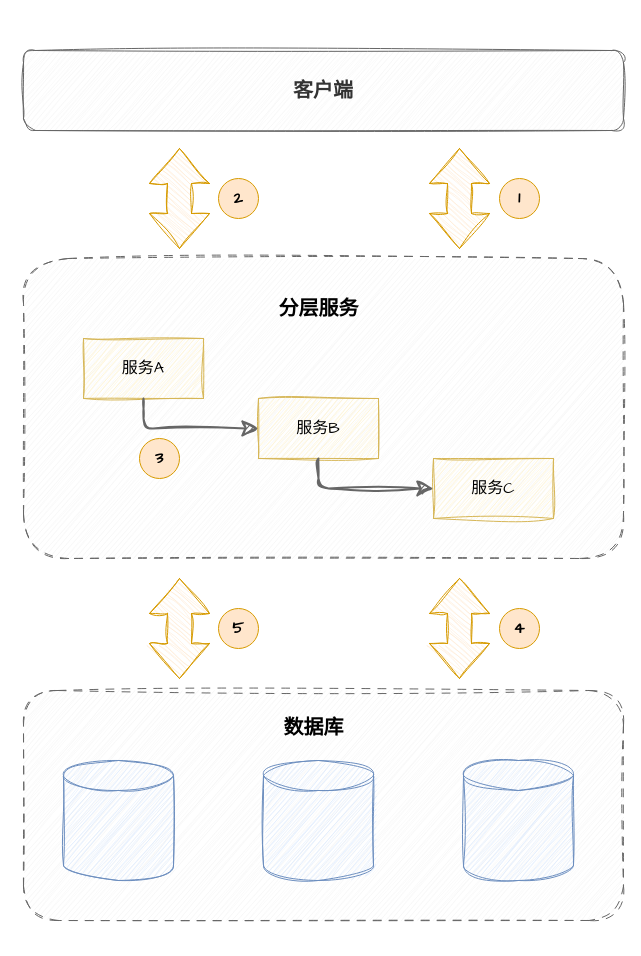
Earlier version of the draw.io diagram page "网络应用数据流转" (1 of 7) of assets/分布式/分布式存储/分布式缓存/缓存架构.drawio (dunwu/waterdrop). Source tidied: cells renumbered, new cells numbered last; positions are measured from the earlier drawing's top-left corner, leaving out a move shared by most shapes. Both pictures are drawn from the tidied source at 100%, with x=0, y=0 at pixel (23, 50).
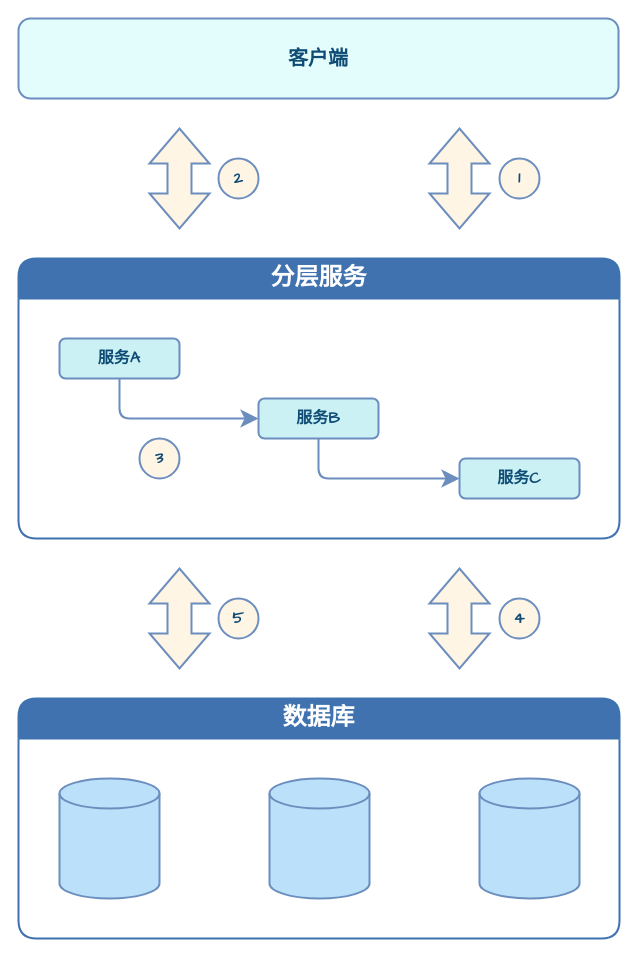
After the change.

What changed in the source:
```diff
@@
-    <mxCell id="2" value="客户端" style="rounded=1;whiteSpace=wrap;html=1;sketch=1;hachureGap=4;jiggle=2;curveFitting=1;fontFamily=Architects Daughter;fontSize=20;fillColor=#f5f5f5;fontColor=#333333;strokeColor=#666666;fontStyle=1;" parent="1" vertex="1">
-      <mxGeometry width="600" height="80" as="geometry" />
+    <mxCell id="2" value="客户端" style="rounded=1;whiteSpace=wrap;html=1;hachureGap=4;fontFamily=Comic Sans MS;fontSize=20;fillColor=#E3FDFD;fontColor=#0F4C75;strokeColor=#6C8EBF;fontStyle=1;strokeWidth=2;" parent="1" vertex="1">
+      <mxGeometry x="-5" y="-32" width="600" height="80" as="geometry" />
     </mxCell>
-    <mxCell id="3" style="group;fontSize=16;fontFamily=Architects Daughter;" parent="1" vertex="1">
-      <mxGeometry y="640" width="600" height="230" as="geometry" />
-    </mxCell>
-    <mxCell id="4" style="rounded=1;whiteSpace=wrap;html=1;sketch=1;hachureGap=4;jiggle=2;curveFitting=1;fontFamily=Architects Daughter;fontSize=16;fillColor=#f5f5f5;strokeColor=#666666;dashed=1;dashPattern=8 8;fontColor=#333333;" parent="3" vertex="1">
-      <mxGeometry width="600" height="230" as="geometry" />
-    </mxCell>
-    <mxCell id="5" style="shape=cylinder3;whiteSpace=wrap;html=1;boundedLbl=1;backgroundOutline=1;size=15;sketch=1;hachureGap=4;jiggle=2;curveFitting=1;fontFamily=Architects Daughter;fontSize=16;fillColor=#dae8fc;strokeColor=#6c8ebf;" parent="3" vertex="1">
-      <mxGeometry x="440" y="70" width="110" height="120" as="geometry" />
-    </mxCell>
-    <mxCell id="6" style="shape=cylinder3;whiteSpace=wrap;html=1;boundedLbl=1;backgroundOutline=1;size=15;sketch=1;hachureGap=4;jiggle=2;curveFitting=1;fontFamily=Architects Daughter;fontSize=16;fillColor=#dae8fc;strokeColor=#6c8ebf;" parent="3" vertex="1">
-      <mxGeometry x="240" y="70" width="110" height="120" as="geometry" />
-    </mxCell>
-    <mxCell id="7" style="shape=cylinder3;whiteSpace=wrap;html=1;boundedLbl=1;backgroundOutline=1;size=15;sketch=1;hachureGap=4;jiggle=2;curveFitting=1;fontFamily=Architects Daughter;fontSize=16;fillColor=#dae8fc;strokeColor=#6c8ebf;" parent="3" vertex="1">
-      <mxGeometry x="40" y="70" width="110" height="120" as="geometry" />
-    </mxCell>
-    <mxCell id="8" value="数据库" style="text;html=1;align=center;verticalAlign=middle;strokeColor=none;fillColor=none;fontSize=20;fontFamily=Architects Daughter;fontStyle=1;" parent="3" vertex="1">
-      <mxGeometry x="250" y="17" width="80" height="40" as="geometry" />
-    </mxCell>
-    <mxCell id="9" style="html=1;shadow=0;dashed=0;align=center;verticalAlign=middle;shape=mxgraph.arrows2.twoWayArrow;dy=0.6;dx=35;sketch=1;hachureGap=4;jiggle=2;curveFitting=1;fontFamily=Architects Daughter;fontSize=16;rotation=90;fillColor=#ffe6cc;strokeColor=#d79b00;" parent="1" vertex="1">
-      <mxGeometry x="386" y="118" width="100" height="60" as="geometry" />
+    <mxCell id="9" style="html=1;shadow=0;dashed=0;align=center;verticalAlign=middle;shape=mxgraph.arrows2.twoWayArrow;dy=0.6;dx=35;hachureGap=4;fontFamily=Comic Sans MS;fontSize=16;rotation=90;fillColor=#FFF5E4;strokeColor=#6C8EBF;fontStyle=1;fontColor=#0F4C75;strokeWidth=2;" parent="1" vertex="1">
+      <mxGeometry x="386" y="98" width="100" height="60" as="geometry" />
     </mxCell>
-    <mxCell id="10" style="html=1;shadow=0;dashed=0;align=center;verticalAlign=middle;shape=mxgraph.arrows2.twoWayArrow;dy=0.6;dx=35;sketch=1;hachureGap=4;jiggle=2;curveFitting=1;fontFamily=Architects Daughter;fontSize=16;rotation=90;fillColor=#ffe6cc;strokeColor=#d79b00;" parent="1" vertex="1">
-      <mxGeometry x="106" y="118" width="100" height="60" as="geometry" />
+    <mxCell id="10" style="html=1;shadow=0;dashed=0;align=center;verticalAlign=middle;shape=mxgraph.arrows2.twoWayArrow;dy=0.6;dx=35;hachureGap=4;fontFamily=Comic Sans MS;fontSize=16;rotation=90;fillColor=#FFF5E4;strokeColor=#6C8EBF;fontStyle=1;fontColor=#0F4C75;strokeWidth=2;" parent="1" vertex="1">
+      <mxGeometry x="106" y="98" width="100" height="60" as="geometry" />
     </mxCell>
-    <mxCell id="11" value="1" style="ellipse;whiteSpace=wrap;html=1;hachureGap=4;fontFamily=Architects Daughter;fontSize=16;fillColor=#ffe6cc;strokeColor=#d79b00;fontStyle=1;" parent="1" vertex="1">
-      <mxGeometry x="476" y="128" width="40" height="40" as="geometry" />
+    <mxCell id="11" value="1" style="ellipse;whiteSpace=wrap;html=1;hachureGap=4;fontFamily=Comic Sans MS;fontSize=16;fillColor=#FFF5E4;strokeColor=#6C8EBF;fontStyle=1;fontColor=#0F4C75;strokeWidth=2;" parent="1" vertex="1">
+      <mxGeometry x="476" y="108" width="40" height="40" as="geometry" />
     </mxCell>
-    <mxCell id="12" value="2" style="ellipse;whiteSpace=wrap;html=1;hachureGap=4;fontFamily=Architects Daughter;fontSize=16;fillColor=#ffe6cc;strokeColor=#d79b00;fontStyle=1;" parent="1" vertex="1">
-      <mxGeometry x="195" y="128" width="40" height="40" as="geometry" />
+    <mxCell id="12" value="2" style="ellipse;whiteSpace=wrap;html=1;hachureGap=4;fontFamily=Comic Sans MS;fontSize=16;fillColor=#FFF5E4;strokeColor=#6C8EBF;fontStyle=1;fontColor=#0F4C75;strokeWidth=2;" parent="1" vertex="1">
+      <mxGeometry x="195" y="108" width="40" height="40" as="geometry" />
     </mxCell>
-    <mxCell id="13" style="html=1;shadow=0;dashed=0;align=center;verticalAlign=middle;shape=mxgraph.arrows2.twoWayArrow;dy=0.6;dx=35;sketch=1;hachureGap=4;jiggle=2;curveFitting=1;fontFamily=Architects Daughter;fontSize=16;rotation=90;fillColor=#ffe6cc;strokeColor=#d79b00;" parent="1" vertex="1">
-      <mxGeometry x="386" y="548" width="100" height="60" as="geometry" />
+    <mxCell id="13" style="html=1;shadow=0;dashed=0;align=center;verticalAlign=middle;shape=mxgraph.arrows2.twoWayArrow;dy=0.6;dx=35;hachureGap=4;fontFamily=Comic Sans MS;fontSize=16;rotation=90;fillColor=#FFF5E4;strokeColor=#6C8EBF;fontStyle=1;fontColor=#0F4C75;strokeWidth=2;" parent="1" vertex="1">
+      <mxGeometry x="386" y="538" width="100" height="60" as="geometry" />
     </mxCell>
-    <mxCell id="14" style="html=1;shadow=0;dashed=0;align=center;verticalAlign=middle;shape=mxgraph.arrows2.twoWayArrow;dy=0.6;dx=35;sketch=1;hachureGap=4;jiggle=2;curveFitting=1;fontFamily=Architects Daughter;fontSize=16;rotation=90;fillColor=#ffe6cc;strokeColor=#d79b00;" parent="1" vertex="1">
-      <mxGeometry x="106" y="548" width="100" height="60" as="geometry" />
+    <mxCell id="14" style="html=1;shadow=0;dashed=0;align=center;verticalAlign=middle;shape=mxgraph.arrows2.twoWayArrow;dy=0.6;dx=35;hachureGap=4;fontFamily=Comic Sans MS;fontSize=16;rotation=90;fillColor=#FFF5E4;strokeColor=#6C8EBF;fontStyle=1;fontColor=#0F4C75;strokeWidth=2;" parent="1" vertex="1">
+      <mxGeometry x="106" y="538" width="100" height="60" as="geometry" />
     </mxCell>
-    <mxCell id="15" value="4" style="ellipse;whiteSpace=wrap;html=1;hachureGap=4;fontFamily=Architects Daughter;fontSize=16;fillColor=#ffe6cc;strokeColor=#d79b00;fontStyle=1;" parent="1" vertex="1">
-      <mxGeometry x="476" y="558" width="40" height="40" as="geometry" />
+    <mxCell id="15" value="4" style="ellipse;whiteSpace=wrap;html=1;hachureGap=4;fontFamily=Comic Sans MS;fontSize=16;fillColor=#FFF5E4;strokeColor=#6C8EBF;fontStyle=1;fontColor=#0F4C75;strokeWidth=2;" parent="1" vertex="1">
+      <mxGeometry x="476" y="548" width="40" height="40" as="geometry" />
     </mxCell>
-    <mxCell id="16" value="5" style="ellipse;whiteSpace=wrap;html=1;hachureGap=4;fontFamily=Architects Daughter;fontSize=16;fillColor=#ffe6cc;strokeColor=#d79b00;fontStyle=1;" parent="1" vertex="1">
-      <mxGeometry x="195" y="558" width="40" height="40" as="geometry" />
+    <mxCell id="16" value="5" style="ellipse;whiteSpace=wrap;html=1;hachureGap=4;fontFamily=Comic Sans MS;fontSize=16;fillColor=#FFF5E4;strokeColor=#6C8EBF;fontStyle=1;fontColor=#0F4C75;strokeWidth=2;" parent="1" vertex="1">
+      <mxGeometry x="195" y="548" width="40" height="40" as="geometry" />
     </mxCell>
-    <mxCell id="17" style="group;fontSize=16;fontFamily=Architects Daughter;" parent="1" vertex="1">
-      <mxGeometry y="208" width="600" height="300" as="geometry" />
-    </mxCell>
-    <mxCell id="18" style="rounded=1;whiteSpace=wrap;html=1;sketch=1;hachureGap=4;jiggle=2;curveFitting=1;fontFamily=Architects Daughter;fontSize=16;fillColor=#f5f5f5;strokeColor=#666666;dashed=1;dashPattern=8 8;fontColor=#333333;" parent="17" vertex="1">
-      <mxGeometry width="600" height="300" as="geometry" />
-    </mxCell>
-    <mxCell id="19" value="服务A" style="rounded=0;whiteSpace=wrap;html=1;sketch=1;hachureGap=4;jiggle=2;curveFitting=1;fontFamily=Architects Daughter;fontSize=16;fillColor=#fff2cc;strokeColor=#d6b656;" parent="17" vertex="1">
-      <mxGeometry x="60" y="80" width="120" height="60" as="geometry" />
-    </mxCell>
-    <mxCell id="20" value="服务B" style="rounded=0;whiteSpace=wrap;html=1;sketch=1;hachureGap=4;jiggle=2;curveFitting=1;fontFamily=Architects Daughter;fontSize=16;fillColor=#fff2cc;strokeColor=#d6b656;" parent="17" vertex="1">
-      <mxGeometry x="235" y="140" width="120" height="60" as="geometry" />
+    <mxCell id="20" value="服务B" style="rounded=1;whiteSpace=wrap;html=1;hachureGap=4;fontFamily=Comic Sans MS;fontSize=16;fillColor=#CBF1F5;strokeColor=#6C8EBF;strokeWidth=2;fontStyle=1;fontColor=#0F4C75;" parent="1" vertex="1">
+      <mxGeometry x="235" y="348" width="120" height="40" as="geometry" />
     </mxCell>
-    <mxCell id="21" style="edgeStyle=orthogonalEdgeStyle;sketch=1;hachureGap=4;jiggle=2;curveFitting=1;jettySize=auto;html=1;exitX=0.5;exitY=1;exitDx=0;exitDy=0;entryX=0;entryY=0.5;entryDx=0;entryDy=0;fontFamily=Architects Daughter;fontSize=16;fillColor=#f5f5f5;strokeColor=#666666;strokeWidth=2;endSize=12;startSize=12;rounded=1;" parent="17" edge="1" source="19" target="20">
+    <mxCell id="21" style="edgeStyle=orthogonalEdgeStyle;hachureGap=4;jettySize=auto;html=1;exitX=0.5;exitY=1;exitDx=0;exitDy=0;entryX=0;entryY=0.5;entryDx=0;entryDy=0;fontFamily=Comic Sans MS;fontSize=16;fillColor=#f5f5f5;strokeColor=#6C8EBF;strokeWidth=2;endSize=12;startSize=12;rounded=1;fontStyle=1;fontColor=#0F4C75;" parent="1" edge="1" source="19" target="20">
       <mxGeometry relative="1" as="geometry" />
     </mxCell>
+    <mxCell id="23" style="edgeStyle=orthogonalEdgeStyle;hachureGap=4;jettySize=auto;html=1;exitX=0.5;exitY=1;exitDx=0;exitDy=0;entryX=0;entryY=0.5;entryDx=0;entryDy=0;fontFamily=Comic Sans MS;fontSize=16;fillColor=#f5f5f5;strokeColor=#6C8EBF;strokeWidth=2;endSize=12;startSize=12;rounded=1;fontStyle=1;fontColor=#0F4C75;" parent="1" edge="1" source="20" target="22">
+      <mxGeometry relative="1" as="geometry" />
+    </mxCell>
+    <mxCell id="25" value="3" style="ellipse;whiteSpace=wrap;html=1;hachureGap=4;fontFamily=Comic Sans MS;fontSize=16;fillColor=#FFF5E4;strokeColor=#6C8EBF;fontStyle=1;fontColor=#0F4C75;strokeWidth=2;" parent="1" vertex="1">
+      <mxGeometry x="116" y="388" width="40" height="40" as="geometry" />
+    </mxCell>
+    <mxCell id="8" value="数据库" style="swimlane;whiteSpace=wrap;html=1;rounded=1;hachureGap=4;strokeColor=#3F72AF;strokeWidth=2;align=center;verticalAlign=middle;fontFamily=Comic Sans MS;fontSize=24;fontColor=#FFFFFF;startSize=40;fillColor=#3F72AF;" parent="1" vertex="1">
+      <mxGeometry x="-5" y="648" width="601" height="240" as="geometry" />
+    </mxCell>
+    <mxCell id="7" style="shape=cylinder3;whiteSpace=wrap;html=1;boundedLbl=1;backgroundOutline=1;size=15;hachureGap=4;fontFamily=Comic Sans MS;fontSize=16;fillColor=#BBE1FA;strokeColor=#6C8EBF;strokeWidth=2;fontStyle=1;fontColor=#0F4C75;" parent="8" vertex="1">
+      <mxGeometry x="41" y="80" width="100" height="120" as="geometry" />
+    </mxCell>
+    <mxCell id="6" style="shape=cylinder3;whiteSpace=wrap;html=1;boundedLbl=1;backgroundOutline=1;size=15;hachureGap=4;fontFamily=Comic Sans MS;fontSize=16;fillColor=#BBE1FA;strokeColor=#6C8EBF;strokeWidth=2;fontStyle=1;fontColor=#0F4C75;" parent="8" vertex="1">
+      <mxGeometry x="251" y="80" width="100" height="120" as="geometry" />
+    </mxCell>
+    <mxCell id="5" style="shape=cylinder3;whiteSpace=wrap;html=1;boundedLbl=1;backgroundOutline=1;size=15;hachureGap=4;fontFamily=Comic Sans MS;fontSize=16;fillColor=#BBE1FA;strokeColor=#6C8EBF;strokeWidth=2;fontStyle=1;fontColor=#0F4C75;" parent="8" vertex="1">
+      <mxGeometry x="461" y="80" width="100" height="120" as="geometry" />
+    </mxCell>
+    <mxCell id="24" value="分层服务" style="swimlane;whiteSpace=wrap;html=1;rounded=1;hachureGap=4;strokeColor=#3F72AF;strokeWidth=2;align=center;verticalAlign=middle;fontFamily=Comic Sans MS;fontSize=24;fontColor=#FFFFFF;startSize=40;fillColor=#3F72AF;" parent="1" vertex="1">
+      <mxGeometry x="-5" y="208" width="601" height="280" as="geometry" />
+    </mxCell>
+    <mxCell id="19" value="服务A" style="rounded=1;whiteSpace=wrap;html=1;hachureGap=4;fontFamily=Comic Sans MS;fontSize=16;fillColor=#CBF1F5;strokeColor=#6C8EBF;strokeWidth=2;fontStyle=1;fontColor=#0F4C75;" parent="24" vertex="1">
+      <mxGeometry x="41" y="80" width="120" height="40" as="geometry" />
+    </mxCell>
-    <mxCell id="22" value="服务C" style="rounded=0;whiteSpace=wrap;html=1;sketch=1;hachureGap=4;jiggle=2;curveFitting=1;fontFamily=Architects Daughter;fontSize=16;fillColor=#fff2cc;strokeColor=#d6b656;" parent="17" vertex="1">
-      <mxGeometry x="410" y="200" width="120" height="60" as="geometry" />
+    <mxCell id="22" value="服务C" style="rounded=1;whiteSpace=wrap;html=1;hachureGap=4;fontFamily=Comic Sans MS;fontSize=16;fillColor=#CBF1F5;strokeColor=#6C8EBF;strokeWidth=2;fontStyle=1;fontColor=#0F4C75;" parent="24" vertex="1">
+      <mxGeometry x="441" y="200" width="120" height="40" as="geometry" />
     </mxCell>
-    <mxCell id="23" style="edgeStyle=orthogonalEdgeStyle;sketch=1;hachureGap=4;jiggle=2;curveFitting=1;jettySize=auto;html=1;exitX=0.5;exitY=1;exitDx=0;exitDy=0;entryX=0;entryY=0.5;entryDx=0;entryDy=0;fontFamily=Architects Daughter;fontSize=16;fillColor=#f5f5f5;strokeColor=#666666;strokeWidth=2;endSize=12;startSize=12;rounded=1;" parent="17" edge="1" source="20" target="22">
-      <mxGeometry relative="1" as="geometry" />
-    </mxCell>
-    <mxCell id="24" value="分层服务" style="text;html=1;align=center;verticalAlign=middle;strokeColor=none;fillColor=none;fontSize=20;fontFamily=Architects Daughter;fontStyle=1;" parent="17" vertex="1">
-      <mxGeometry x="245" y="30" width="100" height="40" as="geometry" />
-    </mxCell>
-    <mxCell id="25" value="3" style="ellipse;whiteSpace=wrap;html=1;hachureGap=4;fontFamily=Architects Daughter;fontSize=16;fillColor=#ffe6cc;strokeColor=#d79b00;fontStyle=1;" parent="17" vertex="1">
-      <mxGeometry x="116" y="180" width="40" height="40" as="geometry" />
-    </mxCell>
```
